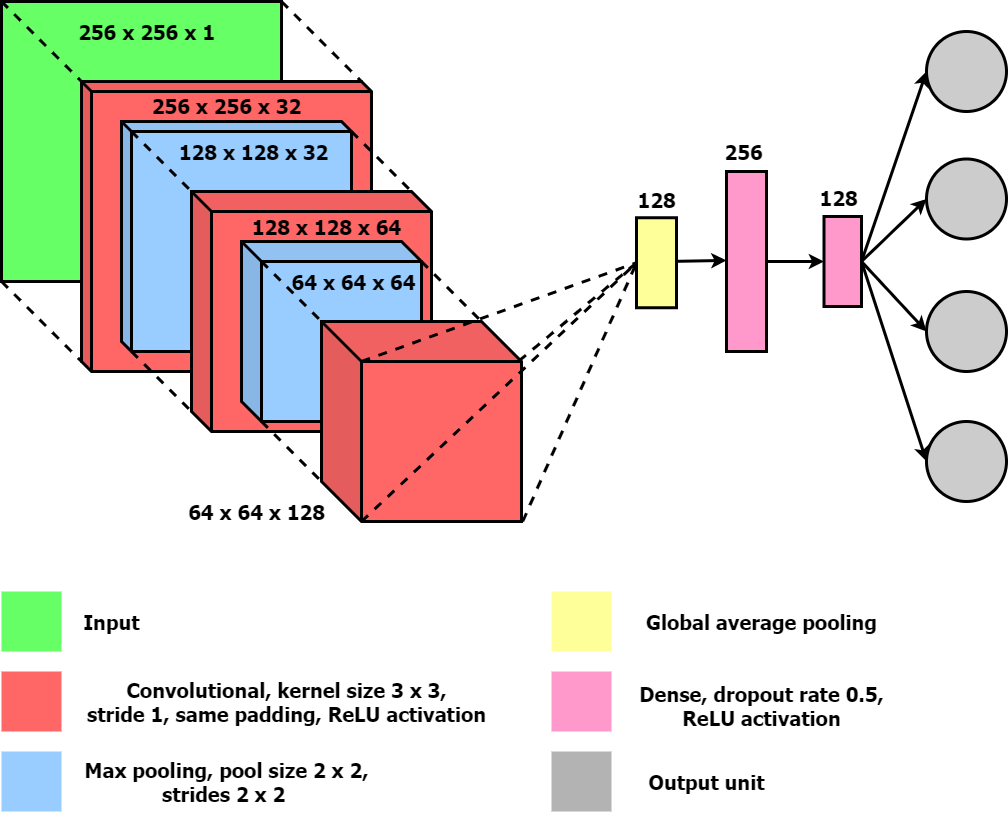
This is report/images/v3_conv_3_diagram.png from jjheaton99/Liquid-Crystals-DL, a draw.io export, as it was before one commit. Source tidied: cells renumbered, new cells last; positions are measured from the earlier drawing's top-left corner, leaving out a move shared by most shapes.
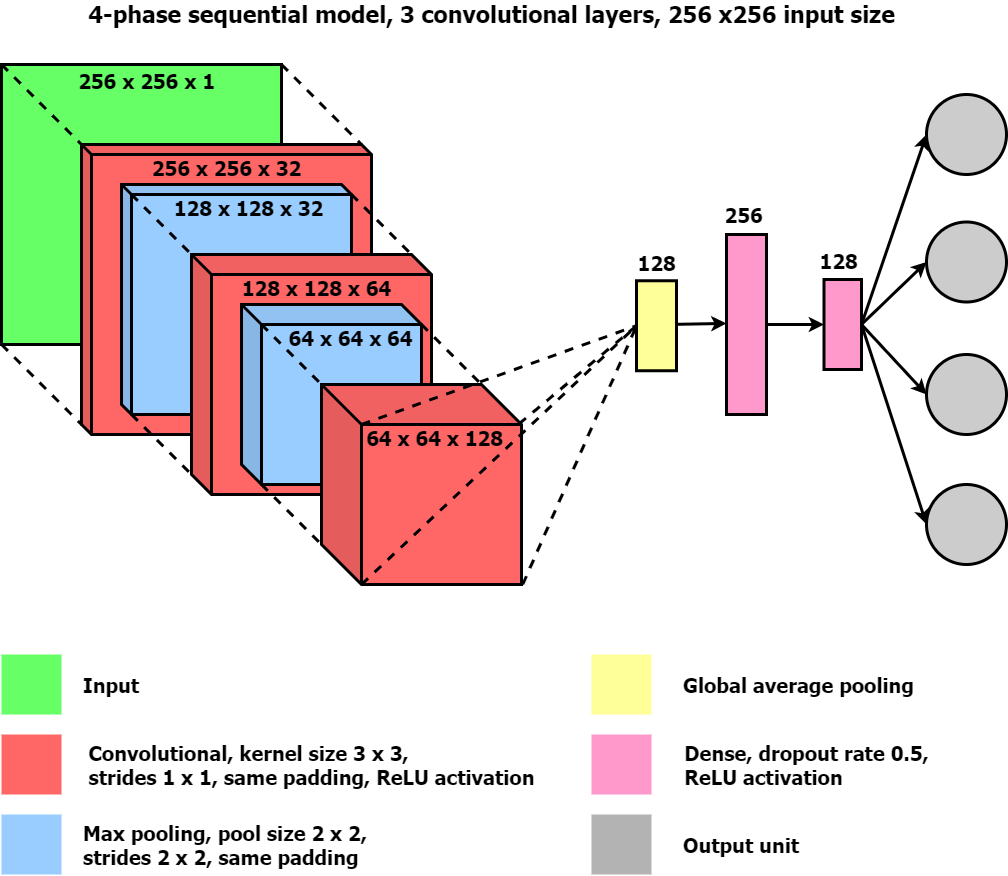
The same file after the commit.

What changed in the source:
```diff
@@ -119,22 +119,22 @@
       <mxGeometry relative="1" as="geometry" />
     </mxCell>
     <mxCell id="30" value="&lt;font style=&quot;font-size: 20px&quot; face=&quot;Tahoma&quot;&gt;&lt;b&gt;256 x 256 x 1&lt;/b&gt;&lt;/font&gt;" style="text;html=1;align=center;verticalAlign=middle;" parent="1" vertex="1">
-      <mxGeometry x="70" y="20" width="150" height="20" as="geometry" />
+      <mxGeometry x="70" y="6" width="150" height="20" as="geometry" />
     </mxCell>
     <mxCell id="31" value="&lt;font face=&quot;Tahoma&quot;&gt;&lt;span style=&quot;font-size: 20px&quot;&gt;&lt;b&gt;256 x 256 x 32&lt;/b&gt;&lt;/span&gt;&lt;/font&gt;" style="text;html=1;align=center;verticalAlign=middle;" parent="1" vertex="1">
-      <mxGeometry x="140" y="94" width="170" height="20" as="geometry" />
+      <mxGeometry x="140" y="93" width="170" height="20" as="geometry" />
     </mxCell>
     <mxCell id="32" value="&lt;font face=&quot;Tahoma&quot;&gt;&lt;span style=&quot;font-size: 20px&quot;&gt;&lt;b&gt;128 x 128 x 32&amp;nbsp;&lt;/b&gt;&lt;/span&gt;&lt;/font&gt;" style="text;html=1;align=center;verticalAlign=middle;" parent="1" vertex="1">
-      <mxGeometry x="170" y="140" width="170" height="20" as="geometry" />
+      <mxGeometry x="165" y="133" width="170" height="20" as="geometry" />
     </mxCell>
     <mxCell id="33" value="&lt;font face=&quot;Tahoma&quot;&gt;&lt;span style=&quot;font-size: 20px&quot;&gt;&lt;b&gt;128 x 128 x 64&lt;/b&gt;&lt;/span&gt;&lt;/font&gt;" style="text;html=1;align=center;verticalAlign=middle;" parent="1" vertex="1">
-      <mxGeometry x="240" y="215" width="170" height="20" as="geometry" />
+      <mxGeometry x="230" y="212.5" width="170" height="20" as="geometry" />
     </mxCell>
     <mxCell id="34" value="&lt;font face=&quot;Tahoma&quot;&gt;&lt;span style=&quot;font-size: 20px&quot;&gt;&lt;b&gt;64 x 64 x 64&amp;nbsp;&lt;/b&gt;&lt;/span&gt;&lt;/font&gt;" style="text;html=1;align=center;verticalAlign=middle;" parent="1" vertex="1">
-      <mxGeometry x="280" y="270" width="150" height="20" as="geometry" />
+      <mxGeometry x="277" y="263.2" width="150" height="20" as="geometry" />
     </mxCell>
     <mxCell id="35" value="&lt;font face=&quot;Tahoma&quot;&gt;&lt;span style=&quot;font-size: 20px&quot;&gt;&lt;b&gt;64 x 64 x 128&lt;/b&gt;&lt;/span&gt;&lt;/font&gt;" style="text;html=1;align=center;verticalAlign=middle;" parent="1" vertex="1">
-      <mxGeometry x="180" y="500" width="150" height="20" as="geometry" />
+      <mxGeometry x="358" y="363" width="150" height="20" as="geometry" />
     </mxCell>
     <mxCell id="36" value="&lt;font face=&quot;Tahoma&quot;&gt;&lt;span style=&quot;font-size: 20px&quot;&gt;&lt;b&gt;128&lt;/b&gt;&lt;/span&gt;&lt;/font&gt;" style="text;html=1;align=center;verticalAlign=middle;" parent="1" vertex="1">
       <mxGeometry x="630" y="187.5" width="50" height="20" as="geometry" />
@@ -152,34 +152,34 @@
       <mxGeometry y="590" width="60" height="60" as="geometry" />
     </mxCell>
     <mxCell id="41" style="rounded=0;whiteSpace=wrap;html=1;strokeWidth=3;fillColor=#B3B3B3;strokeColor=none;" parent="1" vertex="1">
-      <mxGeometry x="550" y="750" width="60" height="60" as="geometry" />
+      <mxGeometry x="590" y="750" width="60" height="60" as="geometry" />
     </mxCell>
     <mxCell id="42" style="rounded=0;whiteSpace=wrap;html=1;strokeWidth=3;fillColor=#99CCFF;strokeColor=none;" parent="1" vertex="1">
       <mxGeometry y="750" width="60" height="60" as="geometry" />
     </mxCell>
     <mxCell id="43" style="rounded=0;whiteSpace=wrap;html=1;strokeWidth=3;fillColor=#FFFF99;strokeColor=none;" parent="1" vertex="1">
-      <mxGeometry x="550" y="590" width="60" height="60" as="geometry" />
+      <mxGeometry x="590" y="590" width="60" height="60" as="geometry" />
     </mxCell>
     <mxCell id="44" style="rounded=0;whiteSpace=wrap;html=1;strokeWidth=3;fillColor=#FF99CC;strokeColor=none;" parent="1" vertex="1">
-      <mxGeometry x="550" y="670" width="60" height="60" as="geometry" />
+      <mxGeometry x="590" y="670" width="60" height="60" as="geometry" />
     </mxCell>
-    <mxCell id="45" value="&lt;font face=&quot;Tahoma&quot;&gt;&lt;span style=&quot;font-size: 20px&quot;&gt;&lt;b&gt;Input&lt;/b&gt;&lt;/span&gt;&lt;/font&gt;" style="text;html=1;align=center;verticalAlign=middle;" parent="1" vertex="1">
-      <mxGeometry x="75" y="610" width="70" height="20" as="geometry" />
+    <mxCell id="45" value="&lt;font face=&quot;Tahoma&quot;&gt;&lt;span style=&quot;font-size: 20px&quot;&gt;&lt;b&gt;Input&lt;/b&gt;&lt;/span&gt;&lt;/font&gt;" style="text;html=1;align=left;verticalAlign=middle;" parent="1" vertex="1">
+      <mxGeometry x="80" y="610" width="70" height="20" as="geometry" />
     </mxCell>
-    <mxCell id="46" value="&lt;font face=&quot;Tahoma&quot;&gt;&lt;span style=&quot;font-size: 20px&quot;&gt;&lt;b&gt;Convolutional, kernel size 3 x 3,&lt;br&gt;stride 1, same padding, ReLU activation&lt;br&gt;&lt;/b&gt;&lt;/span&gt;&lt;/font&gt;" style="text;html=1;align=center;verticalAlign=middle;" parent="1" vertex="1">
-      <mxGeometry x="80" y="680" width="410" height="40" as="geometry" />
+    <mxCell id="46" value="&lt;div style=&quot;text-align: left&quot;&gt;&lt;b style=&quot;font-size: 20px ; font-family: &amp;#34;tahoma&amp;#34;&quot;&gt;Convolutional, kernel size 3 x 3,&amp;nbsp;&lt;/b&gt;&lt;/div&gt;&lt;div style=&quot;text-align: left&quot;&gt;&lt;b style=&quot;font-family: &amp;#34;tahoma&amp;#34; ; font-size: 20px&quot;&gt;strides 1 x 1,&amp;nbsp;&lt;/b&gt;&lt;b style=&quot;font-family: &amp;#34;tahoma&amp;#34; ; font-size: 20px&quot;&gt;same padding, ReLU activation&lt;/b&gt;&lt;/div&gt;" style="text;html=1;align=center;verticalAlign=middle;" parent="1" vertex="1">
+      <mxGeometry x="80" y="680" width="460" height="40" as="geometry" />
     </mxCell>
-    <mxCell id="47" value="&lt;font face=&quot;Tahoma&quot;&gt;&lt;span style=&quot;font-size: 20px&quot;&gt;&lt;b&gt;Max pooling, pool size 2 x 2,&lt;br&gt;strides 2 x 2&amp;nbsp;&lt;/b&gt;&lt;/span&gt;&lt;/font&gt;" style="text;html=1;align=center;verticalAlign=middle;" parent="1" vertex="1">
-      <mxGeometry x="75" y="760" width="300" height="40" as="geometry" />
+    <mxCell id="47" value="&lt;font face=&quot;Tahoma&quot;&gt;&lt;span style=&quot;font-size: 20px&quot;&gt;&lt;b&gt;Max pooling, pool size 2 x 2,&lt;br&gt;strides 2 x 2, same padding&amp;nbsp;&lt;/b&gt;&lt;/span&gt;&lt;/font&gt;" style="text;html=1;align=left;verticalAlign=middle;" parent="1" vertex="1">
+      <mxGeometry x="80" y="760" width="300" height="40" as="geometry" />
     </mxCell>
-    <mxCell id="48" value="&lt;font face=&quot;Tahoma&quot;&gt;&lt;span style=&quot;font-size: 20px&quot;&gt;&lt;b&gt;Output unit&lt;/b&gt;&lt;/span&gt;&lt;/font&gt;" style="text;html=1;align=center;verticalAlign=middle;" parent="1" vertex="1">
-      <mxGeometry x="640" y="770" width="130" height="20" as="geometry" />
+    <mxCell id="48" value="&lt;font face=&quot;Tahoma&quot;&gt;&lt;span style=&quot;font-size: 20px&quot;&gt;&lt;b&gt;Output unit&lt;/b&gt;&lt;/span&gt;&lt;/font&gt;" style="text;html=1;align=left;verticalAlign=middle;" parent="1" vertex="1">
+      <mxGeometry x="680" y="770" width="130" height="20" as="geometry" />
     </mxCell>
-    <mxCell id="49" value="&lt;font face=&quot;Tahoma&quot;&gt;&lt;span style=&quot;font-size: 20px&quot;&gt;&lt;b&gt;Dense, dropout rate 0.5,&lt;br&gt;ReLU activation&lt;br&gt;&lt;/b&gt;&lt;/span&gt;&lt;/font&gt;" style="text;html=1;align=center;verticalAlign=middle;" parent="1" vertex="1">
-      <mxGeometry x="630" y="684" width="260" height="40" as="geometry" />
+    <mxCell id="49" value="&lt;div style=&quot;text-align: left&quot;&gt;&lt;b style=&quot;font-size: 20px ; font-family: &amp;#34;tahoma&amp;#34;&quot;&gt;Dense, dropout rate 0.5,&lt;/b&gt;&lt;/div&gt;&lt;font face=&quot;Tahoma&quot;&gt;&lt;div style=&quot;text-align: left&quot;&gt;&lt;b style=&quot;font-size: 20px&quot;&gt;ReLU activation&lt;/b&gt;&lt;/div&gt;&lt;/font&gt;" style="text;html=1;align=center;verticalAlign=middle;" parent="1" vertex="1">
+      <mxGeometry x="675" y="680" width="260" height="40" as="geometry" />
     </mxCell>
-    <mxCell id="50" value="&lt;font face=&quot;Tahoma&quot;&gt;&lt;span style=&quot;font-size: 20px&quot;&gt;&lt;b&gt;Global average pooling&lt;/b&gt;&lt;/span&gt;&lt;/font&gt;" style="text;html=1;align=center;verticalAlign=middle;" parent="1" vertex="1">
-      <mxGeometry x="635" y="610" width="250" height="20" as="geometry" />
+    <mxCell id="50" value="&lt;font face=&quot;Tahoma&quot;&gt;&lt;span style=&quot;font-size: 20px&quot;&gt;&lt;b&gt;Global average pooling&lt;/b&gt;&lt;/span&gt;&lt;/font&gt;" style="text;html=1;align=left;verticalAlign=middle;" parent="1" vertex="1">
+      <mxGeometry x="680" y="610" width="250" height="20" as="geometry" />
     </mxCell>
     <mxCell id="51" style="endArrow=none;dashed=1;html=1;strokeWidth=3;entryX=0.5;entryY=1;entryDx=0;entryDy=0;" parent="1" edge="1" target="20">
       <mxGeometry relative="1" as="geometry">
@@ -201,5 +201,8 @@
         <mxPoint x="521.2" y="520" as="sourcePoint" />
       </mxGeometry>
     </mxCell>
+    <mxCell id="55" value="&lt;div style=&quot;font-size: 23px&quot;&gt;&lt;font face=&quot;tahoma&quot;&gt;&lt;b&gt;4-phase sequential model, 3 convolutional layers, 256 x256 input size&lt;/b&gt;&lt;/font&gt;&lt;/div&gt;" style="text;html=1;align=center;verticalAlign=middle;" parent="1" vertex="1">
+      <mxGeometry x="80" y="-60" width="820" height="20" as="geometry" />
+    </mxCell>
   </root>
 </mxGraphModel>
```
